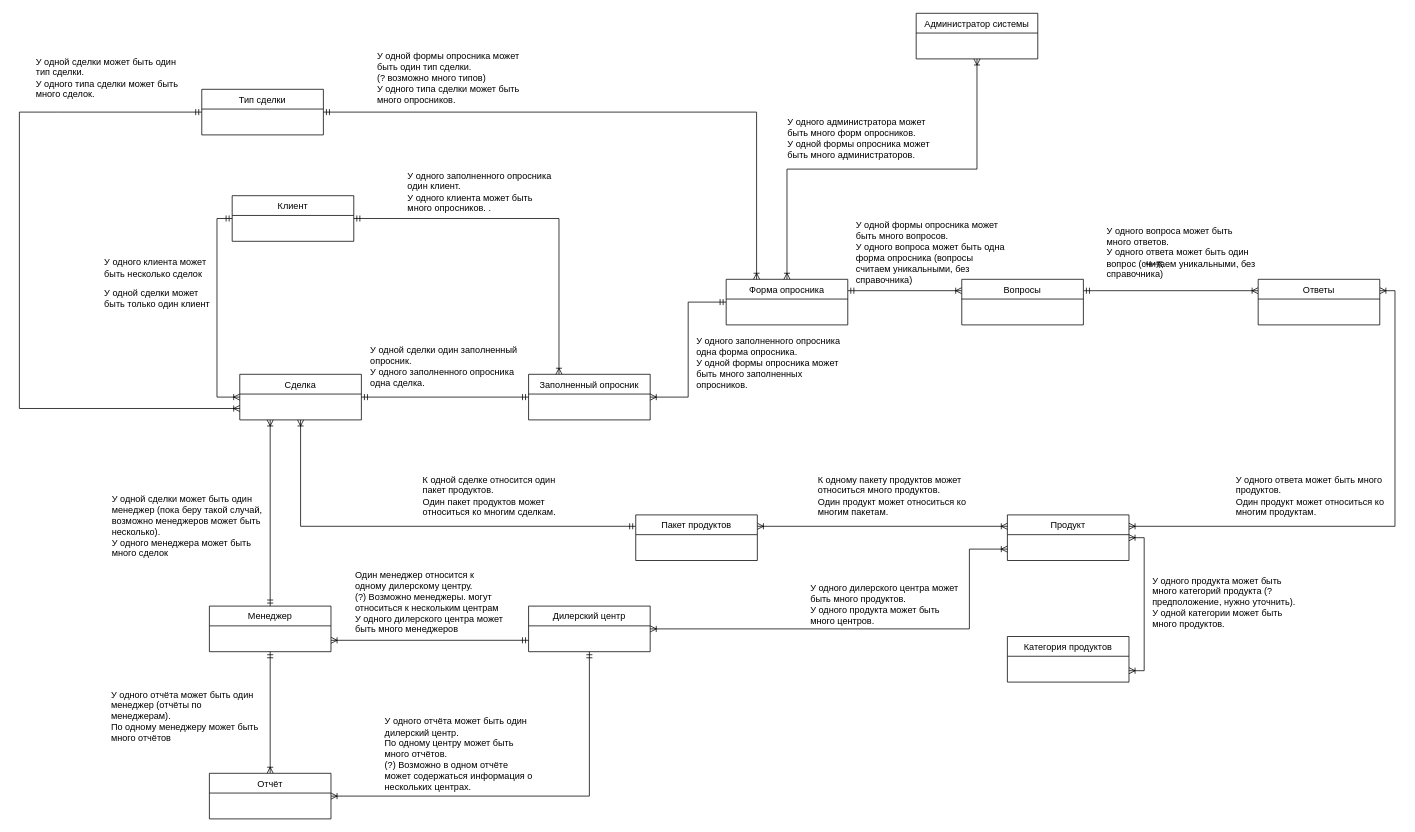
Before: Диаграмма меню.drawio in Kkorolyok/Diagrams, a draw.io diagram. Source tidied: cells renumbered, new cells numbered last; positions are measured from the earlier drawing's top-left corner, leaving out a move shared by most shapes. Both pictures are drawn from the tidied source at 76%, with x=0, y=0 at pixel (19, 13).
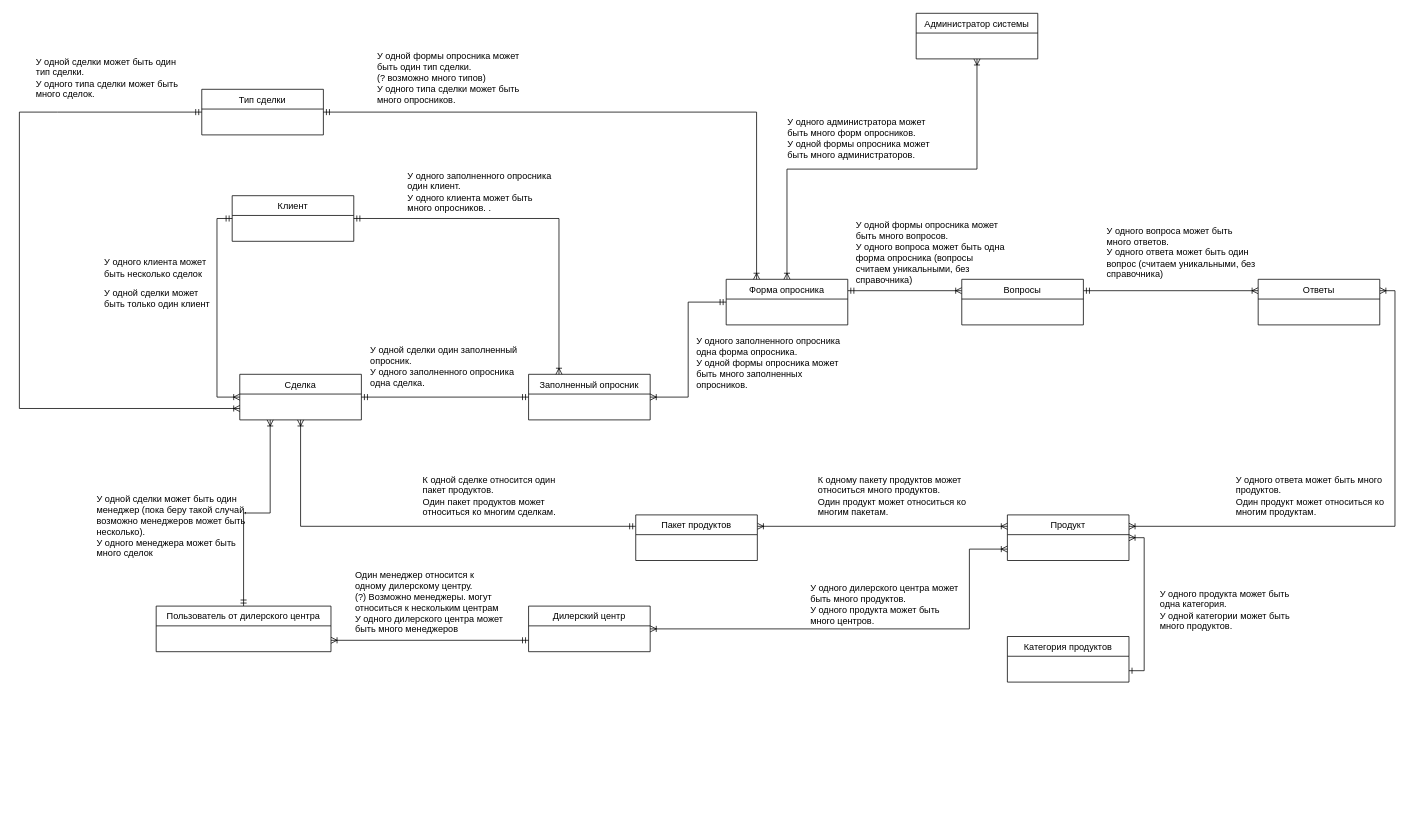
The same diagram, later.

The change refers to these unchanged cells:
```xml
<mxCell id="16" value="Дилерский центр" style="swimlane;fontStyle=0;align=center;verticalAlign=top;horizontal=1;startSize=26;rounded=0;shadow=0;strokeWidth=1;" parent="1" vertex="1">
  <mxGeometry x="670" y="780" width="160" height="60" as="geometry" />
</mxCell>
<mxCell id="33" value="&lt;div style=&quot;text-align: left;&quot;&gt;У одного вопроса может быть много ответов.&amp;nbsp;&lt;/div&gt;&lt;div style=&quot;text-align: left;&quot;&gt;У одного ответа может быть один вопрос (считаем уникальными, без справочника)&lt;/div&gt;" style="text;html=1;strokeColor=none;fillColor=none;align=center;verticalAlign=middle;whiteSpace=wrap;rounded=0;" parent="1" vertex="1">
  <mxGeometry x="1430" y="300" width="200" height="30" as="geometry" />
</mxCell>
<mxCell id="36" value="Продукт" style="swimlane;fontStyle=0;align=center;verticalAlign=top;horizontal=1;startSize=26;rounded=0;shadow=0;strokeWidth=1;" parent="1" vertex="1">
  <mxGeometry x="1300" y="660" width="160" height="60" as="geometry" />
</mxCell>
<mxCell id="37" value="Категория продуктов" style="swimlane;fontStyle=0;align=center;verticalAlign=top;horizontal=1;startSize=26;rounded=0;shadow=0;strokeWidth=1;" parent="1" vertex="1">
  <mxGeometry x="1300" y="820" width="160" height="60" as="geometry" />
</mxCell>
```

Diff of the diagram source:
```diff
@@
-    <mxCell id="13" value="Менеджер" style="swimlane;fontStyle=0;align=center;verticalAlign=top;horizontal=1;startSize=26;rounded=0;shadow=0;strokeWidth=1;" parent="1" vertex="1">
-      <mxGeometry x="250" y="780" width="160" height="60" as="geometry" />
+    <mxCell id="13" value="Пользователь от дилерского центра&#10;" style="swimlane;fontStyle=0;align=center;verticalAlign=top;horizontal=1;startSize=26;rounded=0;shadow=0;strokeWidth=1;" parent="1" vertex="1">
+      <mxGeometry x="180" y="780" width="230" height="60" as="geometry" />
     </mxCell>
@@
     <mxCell id="23" value="У одной сделки может быть один менеджер (пока беру такой случай, возможно менеджеров может быть несколько).&amp;nbsp;&lt;br&gt;У одного менеджера может быть много сделок" style="text;html=1;strokeColor=none;fillColor=none;align=left;verticalAlign=middle;whiteSpace=wrap;rounded=0;" parent="1" vertex="1">
-      <mxGeometry x="120" y="660" width="200" height="30" as="geometry" />
+      <mxGeometry x="100" y="660" width="200" height="30" as="geometry" />
     </mxCell>
@@
-    <mxCell id="35" style="edgeStyle=orthogonalEdgeStyle;rounded=0;jettySize=auto;html=1;exitX=1;exitY=0.5;exitDx=0;exitDy=0;entryX=1;entryY=0.75;entryDx=0;entryDy=0;startArrow=ERoneToMany;startFill=0;endArrow=ERoneToMany;endFill=0;" parent="1" edge="1" source="36" target="37">
+    <mxCell id="35" style="edgeStyle=orthogonalEdgeStyle;rounded=0;jettySize=auto;html=1;exitX=1;exitY=0.5;exitDx=0;exitDy=0;entryX=1;entryY=0.75;entryDx=0;entryDy=0;startArrow=ERoneToMany;startFill=0;endArrow=ERone;endFill=0;" parent="1" edge="1" source="36" target="37">
       <mxGeometry relative="1" as="geometry" />
     </mxCell>
@@
-    <mxCell id="38" value="&lt;div style=&quot;text-align: left;&quot;&gt;У одного продукта может быть много категорий продукта (? предположение, нужно уточнить).&amp;nbsp;&lt;/div&gt;&lt;div style=&quot;text-align: left;&quot;&gt;У одной категории может быть много продуктов.&amp;nbsp;&lt;/div&gt;" style="text;html=1;strokeColor=none;fillColor=none;align=center;verticalAlign=middle;whiteSpace=wrap;rounded=0;" parent="1" vertex="1">
-      <mxGeometry x="1490" y="760" width="200" height="30" as="geometry" />
+    <mxCell id="38" value="&lt;div style=&quot;text-align: left;&quot;&gt;У одного продукта может быть одна категория. &amp;nbsp;&lt;/div&gt;&lt;div style=&quot;text-align: left;&quot;&gt;У одной категории может быть много продуктов.&amp;nbsp;&lt;/div&gt;" style="text;html=1;strokeColor=none;fillColor=none;align=center;verticalAlign=middle;whiteSpace=wrap;rounded=0;" parent="1" vertex="1">
+      <mxGeometry x="1500" y="770" width="200" height="30" as="geometry" />
     </mxCell>
@@
-    <mxCell id="43" style="edgeStyle=orthogonalEdgeStyle;rounded=0;jettySize=auto;html=1;exitX=0.5;exitY=0;exitDx=0;exitDy=0;entryX=0.5;entryY=1;entryDx=0;entryDy=0;startArrow=ERoneToMany;startFill=0;endArrow=ERmandOne;endFill=0;" parent="1" edge="1" source="45" target="13">
-      <mxGeometry relative="1" as="geometry" />
-    </mxCell>
-    <mxCell id="44" style="edgeStyle=orthogonalEdgeStyle;rounded=0;jettySize=auto;html=1;exitX=1;exitY=0.5;exitDx=0;exitDy=0;entryX=0.5;entryY=1;entryDx=0;entryDy=0;startArrow=ERoneToMany;startFill=0;endArrow=ERmandOne;endFill=0;" parent="1" edge="1" source="45" target="16">
-      <mxGeometry relative="1" as="geometry" />
-    </mxCell>
-    <mxCell id="45" value="Отчёт" style="swimlane;fontStyle=0;align=center;verticalAlign=top;horizontal=1;startSize=26;rounded=0;shadow=0;strokeWidth=1;" parent="1" vertex="1">
-      <mxGeometry x="250" y="1000" width="160" height="60" as="geometry" />
-    </mxCell>
-    <mxCell id="46" value="&lt;div style=&quot;text-align: left;&quot;&gt;У одного отчёта может быть один менеджер (отчёты по менеджерам).&amp;nbsp;&lt;/div&gt;&lt;div style=&quot;text-align: left;&quot;&gt;По одному менеджеру может быть много отчётов&lt;/div&gt;" style="text;html=1;strokeColor=none;fillColor=none;align=center;verticalAlign=middle;whiteSpace=wrap;rounded=0;" parent="1" vertex="1">
-      <mxGeometry x="120" y="910" width="200" height="30" as="geometry" />
-    </mxCell>
-    <mxCell id="47" value="&lt;div style=&quot;text-align: left;&quot;&gt;У одного отчёта может быть один дилерский центр.&amp;nbsp;&lt;/div&gt;&lt;div style=&quot;text-align: left;&quot;&gt;По одному центру может быть много отчётов.&amp;nbsp;&lt;/div&gt;&lt;div style=&quot;text-align: left;&quot;&gt;(?) Возможно в одном отчёте может содержаться информация о нескольких центрах.&amp;nbsp;&lt;/div&gt;" style="text;html=1;strokeColor=none;fillColor=none;align=center;verticalAlign=middle;whiteSpace=wrap;rounded=0;" parent="1" vertex="1">
-      <mxGeometry x="480" y="960" width="200" height="30" as="geometry" />
-    </mxCell>
@@
-    <mxCell id="53" style="edgeStyle=orthogonalEdgeStyle;rounded=0;orthogonalLoop=1;jettySize=auto;html=1;exitX=0.25;exitY=1;exitDx=0;exitDy=0;entryX=0.352;entryY=1.169;entryDx=0;entryDy=0;entryPerimeter=0;startArrow=ERmandOne;startFill=0;endArrow=ERoneToMany;endFill=0;" parent="1" edge="1" source="33" target="33">
-      <mxGeometry relative="1" as="geometry" />
-    </mxCell>
```
